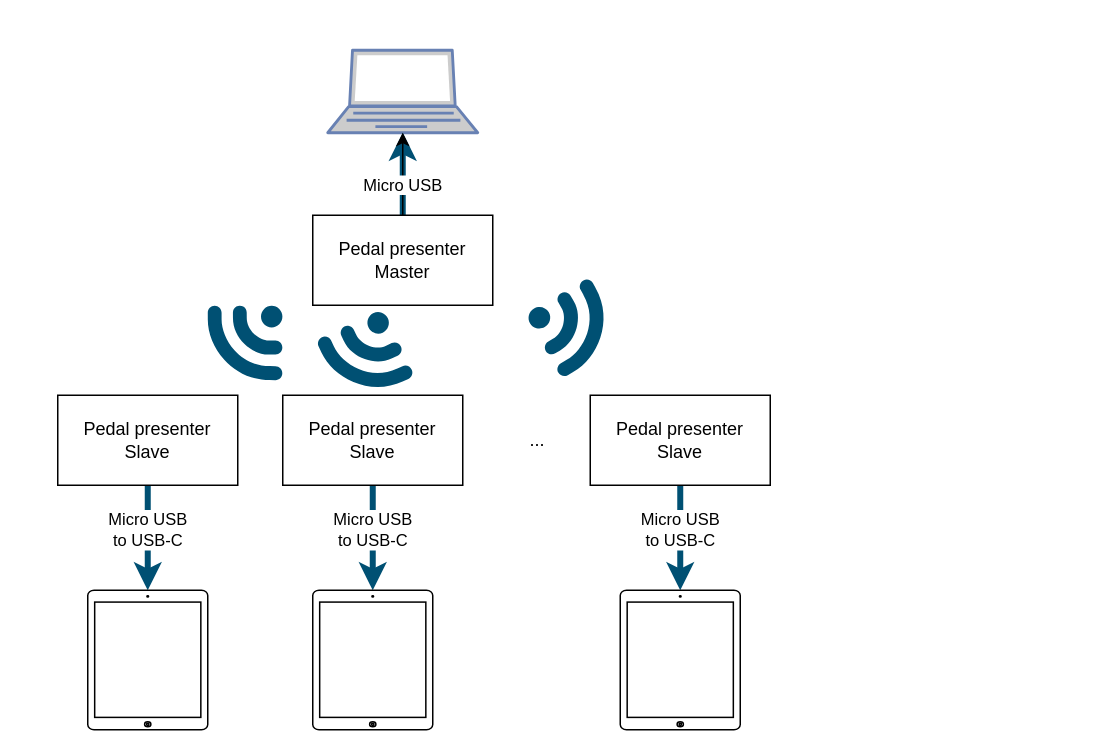
The draw.io diagram page "Page-1" (1 of 3) of architecture.drawio in bessszilard/pedal-presentation-controller, before the edit. Source tidied: cells renumbered, new cells numbered last; positions are measured from the earlier drawing's top-left corner, leaving out a move shared by most shapes. Both pictures are drawn from the tidied source at 150%, with x=0, y=0 at pixel (57, 50).
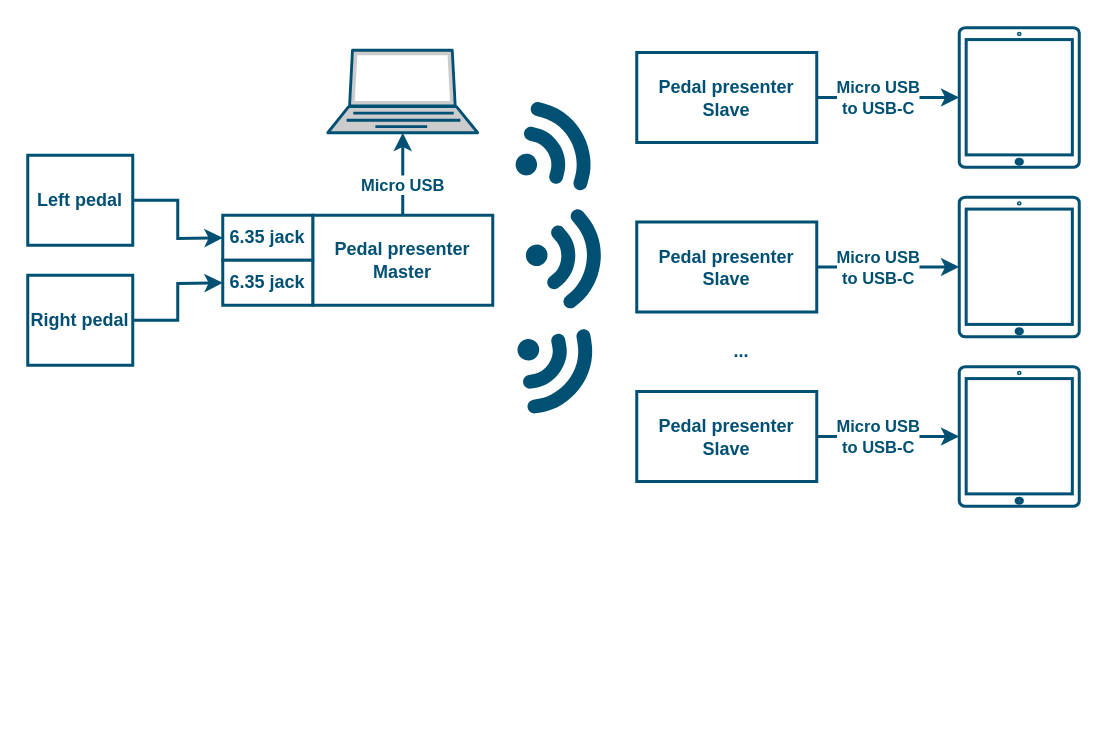
After the change.

The edit, as a diff of the source:
```diff
@@
-    <mxCell id="2" style="fontColor=#0066CC;verticalAlign=top;verticalLabelPosition=bottom;labelPosition=center;align=center;html=1;outlineConnect=0;fillColor=#CCCCCC;strokeColor=#6881B3;gradientColor=none;gradientDirection=north;strokeWidth=2;shape=mxgraph.networks.laptop;" parent="1" vertex="1">
+    <mxCell id="2" style="verticalAlign=top;verticalLabelPosition=bottom;labelPosition=center;align=center;html=1;outlineConnect=0;fillColor=#CCCCCC;gradientColor=none;gradientDirection=north;strokeWidth=2;shape=mxgraph.networks.laptop;strokeColor=#005073;fontColor=#005073;fontStyle=1;" parent="1" vertex="1">
       <mxGeometry x="180" width="100" height="55" as="geometry" />
     </mxCell>
-    <mxCell id="3" style="edgeStyle=orthogonalEdgeStyle;rounded=0;jettySize=auto;html=1;strokeWidth=4;strokeColor=#005073;" parent="1" edge="1" source="4" target="2">
-      <mxGeometry relative="1" as="geometry" />
+    <mxCell id="3" value="Micro USB" style="edgeStyle=orthogonalEdgeStyle;rounded=0;jettySize=auto;html=1;strokeWidth=2;strokeColor=#005073;fontColor=#005073;fontStyle=1;" parent="1" edge="1" source="4" target="2">
+      <mxGeometry x="-0.27" relative="1" as="geometry">
+        <Array as="points">
+          <mxPoint x="230" y="70" />
+          <mxPoint x="230" y="70" />
+        </Array>
+      </mxGeometry>
     </mxCell>
-    <mxCell id="4" value="Pedal presenter&lt;br&gt;Master" style="rounded=0;whiteSpace=wrap;html=1;" parent="1" vertex="1">
+    <mxCell id="4" value="Pedal presenter&lt;br&gt;Master" style="rounded=0;whiteSpace=wrap;html=1;strokeColor=#005073;fontColor=#005073;strokeWidth=2;fontStyle=1;" parent="1" vertex="1">
       <mxGeometry x="170" y="110" width="120" height="60" as="geometry" />
     </mxCell>
-    <mxCell id="5" value="Micro USB &lt;br&gt;to USB-C" style="edgeStyle=orthogonalEdgeStyle;rounded=0;jettySize=auto;html=1;labelBackgroundColor=#ffffff;strokeColor=#005073;strokeWidth=4;" parent="1" edge="1" source="6" target="10">
+    <mxCell id="5" value="Micro USB &lt;br&gt;to USB-C" style="edgeStyle=orthogonalEdgeStyle;rounded=0;jettySize=auto;html=1;labelBackgroundColor=#ffffff;strokeWidth=2;strokeColor=#005073;fontColor=#005073;fontStyle=1;" parent="1" edge="1" source="6" target="10">
       <mxGeometry x="-0.14" relative="1" as="geometry" />
     </mxCell>
-    <mxCell id="6" value="Pedal presenter&lt;br&gt;Slave" style="rounded=0;whiteSpace=wrap;html=1;" parent="1" vertex="1">
-      <mxGeometry y="230" width="120" height="60" as="geometry" />
+    <mxCell id="6" value="Pedal presenter&lt;br&gt;Slave" style="rounded=0;whiteSpace=wrap;html=1;strokeColor=#005073;fontColor=#005073;strokeWidth=2;fontStyle=1;" parent="1" vertex="1">
+      <mxGeometry x="386" y="1.5" width="120" height="60" as="geometry" />
     </mxCell>
-    <mxCell id="7" style="verticalLabelPosition=bottom;html=1;verticalAlign=top;align=center;shape=mxgraph.cisco19.3g_4g_indicator;fillColor=#005073;strokeColor=none;direction=west;" parent="1" vertex="1">
-      <mxGeometry x="100" y="170" width="50" height="50" as="geometry" />
-    </mxCell>
-    <mxCell id="8" value="Micro USB" style="edgeStyle=orthogonalEdgeStyle;rounded=0;jettySize=auto;html=1;entryX=0.5;entryY=1;entryDx=0;entryDy=0;entryPerimeter=0;labelBackgroundColor=#ffffff;" parent="1" edge="1" source="4" target="2">
-      <mxGeometry x="-0.27" relative="1" as="geometry" />
-    </mxCell>
-    <mxCell id="9" style="verticalLabelPosition=bottom;html=1;verticalAlign=top;align=center;shape=mxgraph.cisco19.3g_4g_indicator;fillColor=#005073;strokeColor=none;direction=west;rotation=-25;" parent="1" vertex="1">
-      <mxGeometry x="180" y="180" width="50" height="50" as="geometry" />
-    </mxCell>
-    <mxCell id="10" style="html=1;verticalLabelPosition=bottom;labelBackgroundColor=#ffffff;verticalAlign=top;shadow=0;dashed=0;strokeWidth=1;shape=mxgraph.ios7.misc.ipad13inch;" parent="1" vertex="1">
-      <mxGeometry x="20" y="360" width="80" height="93" as="geometry" />
+    <mxCell id="10" style="html=1;verticalLabelPosition=bottom;labelBackgroundColor=#ffffff;verticalAlign=top;shadow=0;dashed=0;strokeWidth=2;shape=mxgraph.ios7.misc.ipad13inch;strokeColor=#005073;fontColor=#005073;fontStyle=1;" parent="1" vertex="1">
+      <mxGeometry x="601" y="-15" width="80" height="93" as="geometry" />
     </mxCell>
-    <mxCell id="11" value="Micro USB &lt;br&gt;to USB-C" style="edgeStyle=orthogonalEdgeStyle;rounded=0;jettySize=auto;html=1;labelBackgroundColor=#ffffff;strokeColor=#005073;strokeWidth=4;" parent="1" edge="1" source="12" target="13">
-      <mxGeometry x="-0.14" relative="1" as="geometry" />
-    </mxCell>
-    <mxCell id="12" value="Pedal presenter&lt;br&gt;Slave" style="rounded=0;whiteSpace=wrap;html=1;" parent="1" vertex="1">
-      <mxGeometry x="150" y="230" width="120" height="60" as="geometry" />
-    </mxCell>
-    <mxCell id="13" style="html=1;verticalLabelPosition=bottom;labelBackgroundColor=#ffffff;verticalAlign=top;shadow=0;dashed=0;strokeWidth=1;shape=mxgraph.ios7.misc.ipad13inch;" parent="1" vertex="1">
-      <mxGeometry x="170" y="360" width="80" height="93" as="geometry" />
-    </mxCell>
-    <mxCell id="14" value="Micro USB &lt;br&gt;to USB-C" style="edgeStyle=orthogonalEdgeStyle;rounded=0;jettySize=auto;html=1;labelBackgroundColor=#ffffff;strokeColor=#005073;strokeWidth=4;" parent="1" edge="1" source="15" target="16">
-      <mxGeometry x="-0.14" relative="1" as="geometry" />
-    </mxCell>
-    <mxCell id="15" value="Pedal presenter&lt;br&gt;Slave" style="rounded=0;whiteSpace=wrap;html=1;" parent="1" vertex="1">
-      <mxGeometry x="355" y="230" width="120" height="60" as="geometry" />
-    </mxCell>
-    <mxCell id="16" style="html=1;verticalLabelPosition=bottom;labelBackgroundColor=#ffffff;verticalAlign=top;shadow=0;dashed=0;strokeWidth=1;shape=mxgraph.ios7.misc.ipad13inch;" parent="1" vertex="1">
-      <mxGeometry x="375" y="360" width="80" height="93" as="geometry" />
-    </mxCell>
-    <mxCell id="17" value="..." style="text;html=1;strokeColor=none;fillColor=none;align=center;verticalAlign=middle;whiteSpace=wrap;rounded=0;" parent="1" vertex="1">
-      <mxGeometry x="300" y="250" width="40" height="20" as="geometry" />
+    <mxCell id="17" value="..." style="text;html=1;fillColor=none;align=center;verticalAlign=middle;whiteSpace=wrap;rounded=0;fontColor=#005073;strokeWidth=2;fontStyle=1;" parent="1" vertex="1">
+      <mxGeometry x="436" y="191" width="40" height="20" as="geometry" />
     </mxCell>
-    <mxCell id="18" style="verticalLabelPosition=bottom;html=1;verticalAlign=top;align=center;shape=mxgraph.cisco19.3g_4g_indicator;fillColor=#005073;strokeColor=none;direction=west;rotation=-119.7;" parent="1" vertex="1">
-      <mxGeometry x="320" y="160" width="50" height="50" as="geometry" />
+    <mxCell id="18" style="verticalLabelPosition=bottom;html=1;verticalAlign=top;align=center;shape=mxgraph.cisco19.3g_4g_indicator;fillColor=#005073;direction=west;rotation=-130;strokeColor=#005073;fontColor=#005073;strokeWidth=2;fontStyle=1;" parent="1" vertex="1">
+      <mxGeometry x="319" y="114" width="50" height="50" as="geometry" />
     </mxCell>
+    <mxCell id="19" style="edgeStyle=orthogonalEdgeStyle;rounded=0;jettySize=auto;html=1;entryX=0;entryY=0.25;entryDx=0;entryDy=0;fontFamily=Helvetica;fontSize=11;strokeWidth=2;strokeColor=#005073;fontColor=#005073;fontStyle=1;" parent="1" edge="1" source="20">
+      <mxGeometry relative="1" as="geometry">
+        <mxPoint x="110" y="125" as="targetPoint" />
+      </mxGeometry>
+    </mxCell>
+    <mxCell id="20" value="Left pedal" style="rounded=0;whiteSpace=wrap;html=1;fontColor=#005073;strokeWidth=2;fontStyle=1;strokeColor=#005073;" parent="1" vertex="1">
+      <mxGeometry x="-20" y="70" width="70" height="60" as="geometry" />
+    </mxCell>
+    <mxCell id="21" style="edgeStyle=orthogonalEdgeStyle;rounded=0;jettySize=auto;html=1;entryX=0;entryY=0.75;entryDx=0;entryDy=0;fontFamily=Helvetica;fontSize=11;strokeWidth=2;strokeColor=#005073;fontColor=#005073;fontStyle=1;" parent="1" edge="1" source="22">
+      <mxGeometry relative="1" as="geometry">
+        <mxPoint x="110" y="155" as="targetPoint" />
+      </mxGeometry>
+    </mxCell>
+    <mxCell id="22" value="Right pedal" style="rounded=0;whiteSpace=wrap;html=1;fontColor=#005073;strokeWidth=2;fontStyle=1;strokeColor=#005073;" parent="1" vertex="1">
+      <mxGeometry x="-20" y="150" width="70" height="60" as="geometry" />
+    </mxCell>
+    <mxCell id="23" value="6.35 jack" style="rounded=0;whiteSpace=wrap;html=1;fillColor=#ffffff;fontFamily=Helvetica;fontSize=12;align=center;strokeColor=#005073;fontColor=#005073;strokeWidth=2;fontStyle=1;" parent="1" vertex="1">
+      <mxGeometry x="110" y="110" width="60" height="30" as="geometry" />
+    </mxCell>
+    <mxCell id="24" value="6.35 jack" style="rounded=0;whiteSpace=wrap;html=1;fillColor=#ffffff;fontFamily=Helvetica;fontSize=12;align=center;strokeColor=#005073;fontColor=#005073;strokeWidth=2;fontStyle=1;" parent="1" vertex="1">
+      <mxGeometry x="110" y="140" width="60" height="30" as="geometry" />
+    </mxCell>
+    <mxCell id="25" value="Micro USB &lt;br&gt;to USB-C" style="edgeStyle=orthogonalEdgeStyle;rounded=0;jettySize=auto;html=1;labelBackgroundColor=#ffffff;strokeWidth=2;strokeColor=#005073;fontColor=#005073;fontStyle=1;" parent="1" edge="1" source="26" target="27">
+      <mxGeometry x="-0.14" relative="1" as="geometry" />
+    </mxCell>
+    <mxCell id="26" value="Pedal presenter&lt;br&gt;Slave" style="rounded=0;whiteSpace=wrap;html=1;strokeColor=#005073;fontColor=#005073;strokeWidth=2;fontStyle=1;" parent="1" vertex="1">
+      <mxGeometry x="386" y="114.5" width="120" height="60" as="geometry" />
+    </mxCell>
+    <mxCell id="27" style="html=1;verticalLabelPosition=bottom;labelBackgroundColor=#ffffff;verticalAlign=top;shadow=0;dashed=0;strokeWidth=2;shape=mxgraph.ios7.misc.ipad13inch;strokeColor=#005073;fontColor=#005073;fontStyle=1;" parent="1" vertex="1">
+      <mxGeometry x="601" y="98" width="80" height="93" as="geometry" />
+    </mxCell>
+    <mxCell id="28" value="Micro USB &lt;br&gt;to USB-C" style="edgeStyle=orthogonalEdgeStyle;rounded=0;jettySize=auto;html=1;labelBackgroundColor=#ffffff;strokeWidth=2;strokeColor=#005073;fontColor=#005073;fontStyle=1;" parent="1" edge="1" source="29" target="30">
+      <mxGeometry x="-0.14" relative="1" as="geometry" />
+    </mxCell>
+    <mxCell id="29" value="Pedal presenter&lt;br&gt;Slave" style="rounded=0;whiteSpace=wrap;html=1;strokeColor=#005073;fontColor=#005073;strokeWidth=2;fontStyle=1;" parent="1" vertex="1">
+      <mxGeometry x="386" y="227.5" width="120" height="60" as="geometry" />
+    </mxCell>
+    <mxCell id="30" style="html=1;verticalLabelPosition=bottom;labelBackgroundColor=#ffffff;verticalAlign=top;shadow=0;dashed=0;strokeWidth=2;shape=mxgraph.ios7.misc.ipad13inch;strokeColor=#005073;fontColor=#005073;fontStyle=1;" parent="1" vertex="1">
+      <mxGeometry x="601" y="211" width="80" height="93" as="geometry" />
+    </mxCell>
+    <mxCell id="31" style="verticalLabelPosition=bottom;html=1;verticalAlign=top;align=center;shape=mxgraph.cisco19.3g_4g_indicator;fillColor=#005073;direction=west;rotation=-164.8;strokeColor=#005073;fontColor=#005073;strokeWidth=2;fontStyle=1;" parent="1" vertex="1">
+      <mxGeometry x="309" y="39" width="50" height="50" as="geometry" />
+    </mxCell>
+    <mxCell id="32" style="verticalLabelPosition=bottom;html=1;verticalAlign=top;align=center;shape=mxgraph.cisco19.3g_4g_indicator;fillColor=#005073;direction=north;rotation=-190;strokeColor=#005073;fontColor=#005073;strokeWidth=2;fontStyle=1;" parent="1" vertex="1">
+      <mxGeometry x="309" y="189" width="50" height="50" as="geometry" />
+    </mxCell>
```
